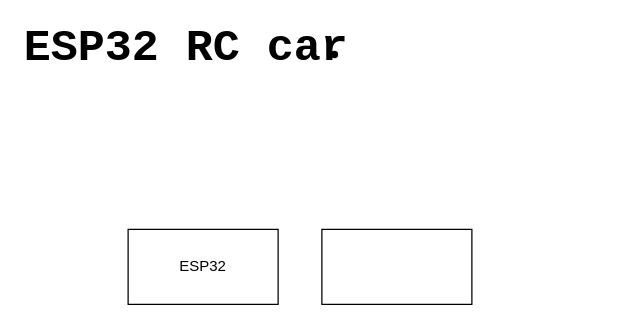
Before: Untitled Diagram.drawio in suhaimiannuar/remotecontrolcar, a draw.io diagram. Source tidied: cells renumbered, new cells numbered last; positions are measured from the earlier drawing's top-left corner, leaving out a move shared by most shapes. Both pictures are drawn from the tidied source at 125%, with x=0, y=0 at pixel (21, 29).
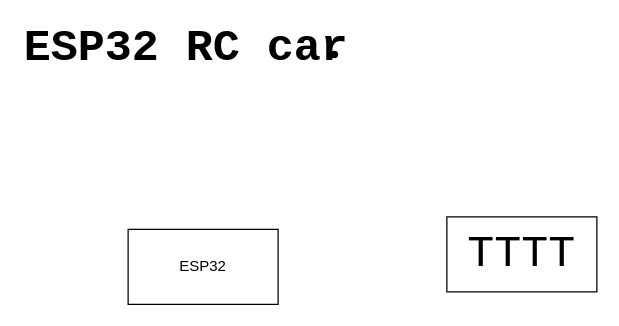
After the change.

The edit, as a diff of the source:
```diff
@@
 <mxGraphModel>
   <root>
     <mxCell id="0" />
     <mxCell id="1" parent="0" />
     <mxCell id="2" value="ESP32&lt;br&gt;" style="rounded=0;whiteSpace=wrap;html=1;" parent="1" vertex="1">
       <mxGeometry x="85" y="160" width="120" height="60" as="geometry" />
     </mxCell>
     <mxCell id="3" value="ESP32 RC car" style="text;html=1;strokeColor=none;fillColor=none;align=left;verticalAlign=middle;whiteSpace=wrap;rounded=0;fontSize=36;fontStyle=1;fontFamily=Courier New;" parent="1" vertex="1">
       <mxGeometry width="290" height="30" as="geometry" />
     </mxCell>
     <mxCell id="4" style="shape=waypoint;sketch=0;size=6;fillColor=none;perimeter=centerPerimeter;fontFamily=Courier New;fontSize=36;" parent="1" vertex="1">
       <mxGeometry x="230" width="40" height="40" as="geometry" />
     </mxCell>
-    <mxCell id="5" style="rounded=0;whiteSpace=wrap;html=1;fontFamily=Courier New;fontSize=36;" parent="1" vertex="1">
-      <mxGeometry x="240" y="160" width="120" height="60" as="geometry" />
+    <mxCell id="5" value="TTTT" style="rounded=0;whiteSpace=wrap;html=1;fontFamily=Courier New;fontSize=36;" parent="1" vertex="1">
+      <mxGeometry x="340" y="150" width="120" height="60" as="geometry" />
     </mxCell>
   </root>
 </mxGraphModel>
```
